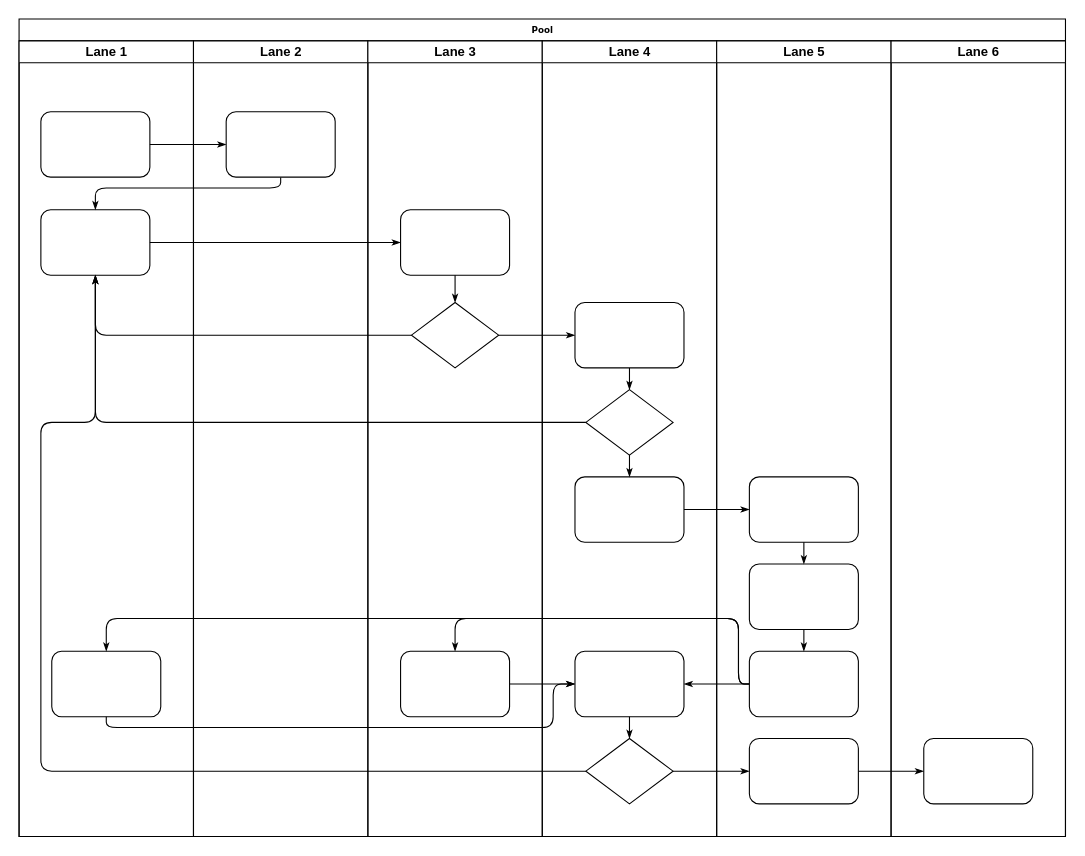
This is Parts-Chapters/Bootstrap/Untitled Diagram.drawio from Kirill-Murashev/AI_for_valuers_book, a draw.io file, before an edit. Source tidied: cells renumbered, new cells numbered last; positions are measured from the earlier drawing's top-left corner, leaving out a move shared by most shapes. Both pictures are drawn from the tidied source at 109%, with x=0, y=0 at pixel (19, 19).
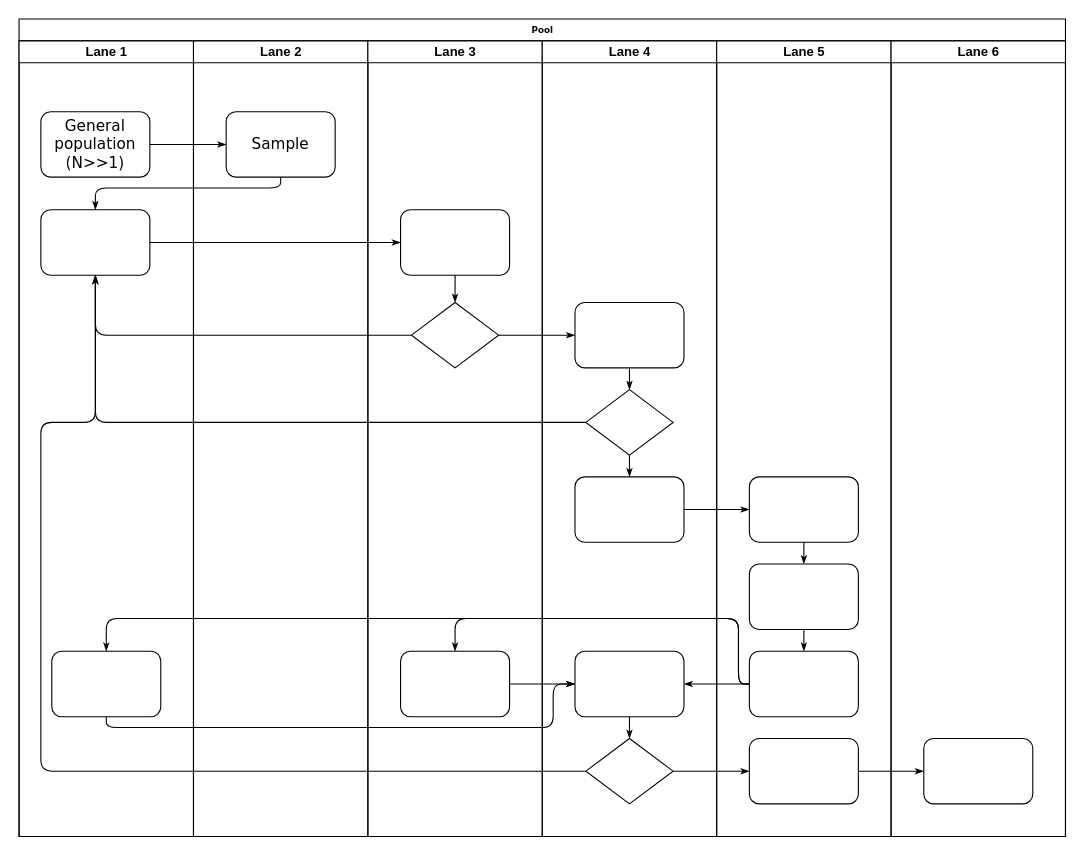
The same page after the edit.

The change refers to these unchanged cells:
```xml
<mxCell id="3" value="Lane 1" style="swimlane;html=1;startSize=20;" parent="2" vertex="1">
  <mxGeometry y="20" width="160" height="730" as="geometry" />
</mxCell>
<mxCell id="22" value="Lane 2" style="swimlane;html=1;startSize=20;" parent="2" vertex="1">
  <mxGeometry x="160" y="20" width="160" height="730" as="geometry" />
</mxCell>
```

What changed in the source:
```diff
@@
-    <mxCell id="4" style="rounded=1;whiteSpace=wrap;html=1;shadow=0;labelBackgroundColor=none;strokeWidth=1;fontFamily=Verdana;fontSize=8;align=center;" parent="3" vertex="1">
+    <mxCell id="4" value="&lt;font style=&quot;font-size: 14px;&quot;&gt;General population (N&amp;gt;&amp;gt;1)&lt;br&gt;&lt;/font&gt;" style="rounded=1;whiteSpace=wrap;html=1;shadow=0;labelBackgroundColor=none;strokeWidth=1;fontFamily=Verdana;fontSize=8;align=center;" parent="3" vertex="1">
       <mxGeometry x="20" y="65" width="100" height="60" as="geometry" />
     </mxCell>
@@
-    <mxCell id="23" style="rounded=1;whiteSpace=wrap;html=1;shadow=0;labelBackgroundColor=none;strokeWidth=1;fontFamily=Verdana;fontSize=8;align=center;" parent="22" vertex="1">
+    <mxCell id="23" value="&lt;font style=&quot;font-size: 14px;&quot;&gt;Sample&lt;/font&gt;" style="rounded=1;whiteSpace=wrap;html=1;shadow=0;labelBackgroundColor=none;strokeWidth=1;fontFamily=Verdana;fontSize=8;align=center;" parent="22" vertex="1">
       <mxGeometry x="30" y="65" width="100" height="60" as="geometry" />
     </mxCell>
```
